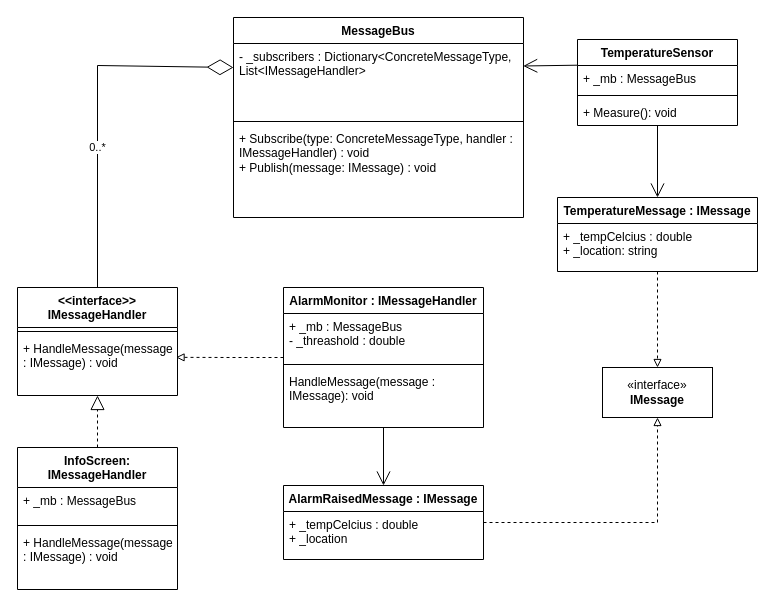
Before: page "Example Class Diagram" (2 of 2) of message_bus_generic_and_examples.drawio in peterma-git/SW4SWD-DesignPatternsAssignment-Group16-message-bus-vs-project, a draw.io diagram. Source tidied: cells renumbered, new cells numbered last; positions are measured from the earlier drawing's top-left corner, leaving out a move shared by most shapes. Both pictures are drawn from the tidied source at 100%, with x=0, y=0 at pixel (17, 17).
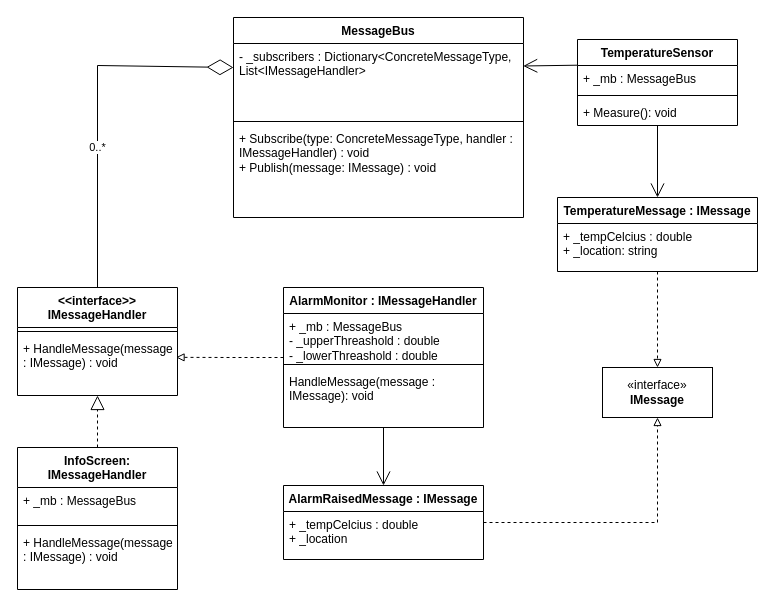
The same diagram, later.

Commit message (it also covers changes not shown here):
lower and upper threshold

Unchanged cells that the change refers to:
```xml
<mxCell id="31" value="AlarmMonitor : IMessageHandler" style="swimlane;fontStyle=1;align=center;verticalAlign=top;horizontal=1;startSize=26;whiteSpace=wrap;html=1;" parent="1" vertex="1">
  <mxGeometry x="266" y="270" width="200" height="140" as="geometry" />
</mxCell>
```

The edit, as a diff of the source:
```diff
@@
-    <mxCell id="32" value="&lt;div&gt;+ _mb : MessageBus&lt;/div&gt;- _threashold : double" style="text;strokeColor=none;fillColor=none;align=left;verticalAlign=top;spacingLeft=4;spacingRight=4;overflow=hidden;whiteSpace=wrap;html=1;" parent="31" vertex="1">
+    <mxCell id="32" value="&lt;div&gt;+ _mb : MessageBus&lt;/div&gt;- _upperThreashold : double&lt;div&gt;- _lowerThreashold : double&lt;/div&gt;" style="text;strokeColor=none;fillColor=none;align=left;verticalAlign=top;spacingLeft=4;spacingRight=4;overflow=hidden;whiteSpace=wrap;html=1;" parent="31" vertex="1">
       <mxGeometry y="26" width="200" height="47" as="geometry" />
     </mxCell>
```
